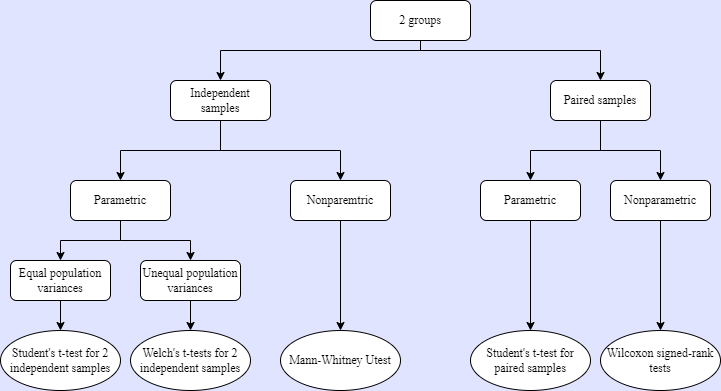
The draw.io diagram Figure 4.drawio.png in Ochoka/Data, before a commit. Source tidied: cells renumbered, new cells last; positions are measured from the earlier drawing's top-left corner, leaving out a move shared by most shapes.
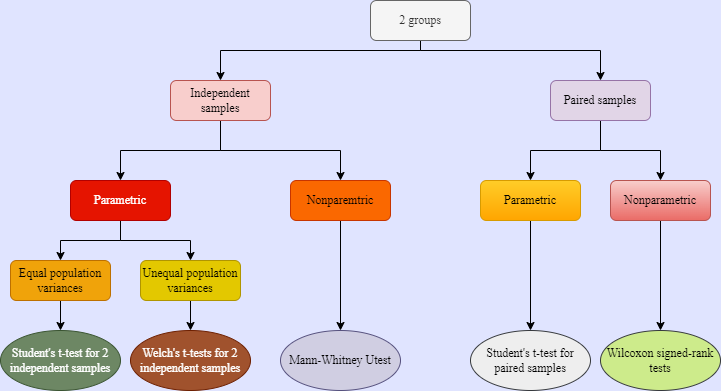
The same file after the commit.

Diff of the diagram source:
```diff
@@ -2,31 +2,31 @@
   <root>
     <mxCell id="0" />
     <mxCell id="1" parent="0" />
-    <mxCell id="2" value="&lt;font face=&quot;Times New Roman&quot;&gt;Student's t-test for 2 independent samples&lt;/font&gt;" style="ellipse;whiteSpace=wrap;html=1;" parent="1" vertex="1">
+    <mxCell id="2" value="&lt;font face=&quot;Times New Roman&quot;&gt;Student's t-test for 2 independent samples&lt;/font&gt;" style="ellipse;whiteSpace=wrap;html=1;fillColor=#6d8764;fontColor=#ffffff;strokeColor=#3A5431;" parent="1" vertex="1">
       <mxGeometry y="330" width="120" height="60" as="geometry" />
     </mxCell>
-    <mxCell id="3" value="&lt;font face=&quot;Times New Roman&quot;&gt;Welch's t-tests for 2 independent samples&lt;/font&gt;" style="ellipse;whiteSpace=wrap;html=1;" parent="1" vertex="1">
+    <mxCell id="3" value="&lt;font face=&quot;Times New Roman&quot;&gt;Welch's t-tests for 2 independent samples&lt;/font&gt;" style="ellipse;whiteSpace=wrap;html=1;fillColor=#a0522d;fontColor=#ffffff;strokeColor=#6D1F00;" parent="1" vertex="1">
       <mxGeometry x="130" y="330" width="120" height="60" as="geometry" />
     </mxCell>
-    <mxCell id="4" value="&lt;font face=&quot;Times New Roman&quot;&gt;Mann-Whitney Utest&lt;/font&gt;" style="ellipse;whiteSpace=wrap;html=1;" parent="1" vertex="1">
+    <mxCell id="4" value="&lt;font face=&quot;Times New Roman&quot;&gt;Mann-Whitney Utest&lt;/font&gt;" style="ellipse;whiteSpace=wrap;html=1;fillColor=#d0cee2;strokeColor=#56517e;" parent="1" vertex="1">
       <mxGeometry x="280" y="330" width="120" height="60" as="geometry" />
     </mxCell>
-    <mxCell id="5" value="&lt;font face=&quot;Times New Roman&quot;&gt;Student's t-test for paired samples&lt;/font&gt;" style="ellipse;whiteSpace=wrap;html=1;" parent="1" vertex="1">
+    <mxCell id="5" value="&lt;font face=&quot;Times New Roman&quot;&gt;Student's t-test for paired samples&lt;/font&gt;" style="ellipse;whiteSpace=wrap;html=1;fillColor=#eeeeee;strokeColor=#36393d;" parent="1" vertex="1">
       <mxGeometry x="470" y="330" width="120" height="60" as="geometry" />
     </mxCell>
-    <mxCell id="6" value="&lt;font face=&quot;Times New Roman&quot;&gt;Wilcoxon signed-rank tests&lt;/font&gt;" style="ellipse;whiteSpace=wrap;html=1;" parent="1" vertex="1">
+    <mxCell id="6" value="&lt;font face=&quot;Times New Roman&quot;&gt;Wilcoxon signed-rank tests&lt;/font&gt;" style="ellipse;whiteSpace=wrap;html=1;fillColor=#cdeb8b;strokeColor=#36393d;" parent="1" vertex="1">
       <mxGeometry x="600" y="330" width="120" height="60" as="geometry" />
     </mxCell>
     <mxCell id="7" style="edgeStyle=orthogonalEdgeStyle;rounded=0;jettySize=auto;html=1;entryX=0.5;entryY=0;entryDx=0;entryDy=0;" parent="1" edge="1" source="8" target="2">
       <mxGeometry relative="1" as="geometry" />
     </mxCell>
-    <mxCell id="8" value="&lt;font face=&quot;Times New Roman&quot;&gt;Equal population variances&lt;/font&gt;" style="rounded=1;whiteSpace=wrap;html=1;" parent="1" vertex="1">
+    <mxCell id="8" value="&lt;font face=&quot;Times New Roman&quot;&gt;Equal population variances&lt;/font&gt;" style="rounded=1;whiteSpace=wrap;html=1;fillColor=#f0a30a;fontColor=#000000;strokeColor=#BD7000;" parent="1" vertex="1">
       <mxGeometry x="10" y="260" width="100" height="40" as="geometry" />
     </mxCell>
     <mxCell id="9" style="edgeStyle=orthogonalEdgeStyle;rounded=0;jettySize=auto;html=1;entryX=0.5;entryY=0;entryDx=0;entryDy=0;" parent="1" edge="1" source="10" target="3">
       <mxGeometry relative="1" as="geometry" />
     </mxCell>
-    <mxCell id="10" value="&lt;font face=&quot;Times New Roman&quot;&gt;Unequal population variances&lt;/font&gt;" style="rounded=1;whiteSpace=wrap;html=1;" parent="1" vertex="1">
+    <mxCell id="10" value="&lt;font face=&quot;Times New Roman&quot;&gt;Unequal population variances&lt;/font&gt;" style="rounded=1;whiteSpace=wrap;html=1;fillColor=#e3c800;fontColor=#000000;strokeColor=#B09500;" parent="1" vertex="1">
       <mxGeometry x="140" y="260" width="100" height="40" as="geometry" />
     </mxCell>
     <mxCell id="11" style="edgeStyle=orthogonalEdgeStyle;rounded=0;jettySize=auto;html=1;entryX=0.5;entryY=0;entryDx=0;entryDy=0;" parent="1" edge="1" source="13" target="8">
@@ -35,25 +35,25 @@
     <mxCell id="12" style="edgeStyle=orthogonalEdgeStyle;rounded=0;jettySize=auto;html=1;" parent="1" edge="1" source="13" target="10">
       <mxGeometry relative="1" as="geometry" />
     </mxCell>
-    <mxCell id="13" value="&lt;font face=&quot;Times New Roman&quot;&gt;Parametric&lt;/font&gt;" style="rounded=1;whiteSpace=wrap;html=1;" parent="1" vertex="1">
+    <mxCell id="13" value="&lt;font face=&quot;Times New Roman&quot;&gt;Parametric&lt;/font&gt;" style="rounded=1;whiteSpace=wrap;html=1;fillColor=#e51400;fontColor=#ffffff;strokeColor=#B20000;" parent="1" vertex="1">
       <mxGeometry x="70" y="180" width="100" height="40" as="geometry" />
     </mxCell>
     <mxCell id="14" style="edgeStyle=orthogonalEdgeStyle;rounded=0;jettySize=auto;html=1;" parent="1" edge="1" source="15" target="4">
       <mxGeometry relative="1" as="geometry" />
     </mxCell>
-    <mxCell id="15" value="&lt;font face=&quot;Times New Roman&quot;&gt;Nonparemtric&lt;/font&gt;" style="rounded=1;whiteSpace=wrap;html=1;" parent="1" vertex="1">
+    <mxCell id="15" value="&lt;font face=&quot;Times New Roman&quot;&gt;Nonparemtric&lt;/font&gt;" style="rounded=1;whiteSpace=wrap;html=1;fillColor=#fa6800;fontColor=#000000;strokeColor=#C73500;" parent="1" vertex="1">
       <mxGeometry x="290" y="180" width="100" height="40" as="geometry" />
     </mxCell>
     <mxCell id="16" style="edgeStyle=orthogonalEdgeStyle;rounded=0;jettySize=auto;html=1;exitX=0.5;exitY=1;exitDx=0;exitDy=0;entryX=0.5;entryY=0;entryDx=0;entryDy=0;" parent="1" edge="1" source="17" target="5">
       <mxGeometry relative="1" as="geometry" />
     </mxCell>
-    <mxCell id="17" value="&lt;font face=&quot;Times New Roman&quot;&gt;Parametric&lt;/font&gt;" style="rounded=1;whiteSpace=wrap;html=1;" parent="1" vertex="1">
+    <mxCell id="17" value="&lt;font face=&quot;Times New Roman&quot;&gt;Parametric&lt;/font&gt;" style="rounded=1;whiteSpace=wrap;html=1;fillColor=#ffcd28;gradientColor=#ffa500;strokeColor=#d79b00;" parent="1" vertex="1">
       <mxGeometry x="480" y="180" width="100" height="40" as="geometry" />
     </mxCell>
     <mxCell id="18" style="edgeStyle=orthogonalEdgeStyle;rounded=0;jettySize=auto;html=1;entryX=0.5;entryY=0;entryDx=0;entryDy=0;" parent="1" edge="1" source="19" target="6">
       <mxGeometry relative="1" as="geometry" />
     </mxCell>
-    <mxCell id="19" value="&lt;font face=&quot;Times New Roman&quot;&gt;Nonparametric&lt;/font&gt;" style="rounded=1;whiteSpace=wrap;html=1;" parent="1" vertex="1">
+    <mxCell id="19" value="&lt;font face=&quot;Times New Roman&quot;&gt;Nonparametric&lt;/font&gt;" style="rounded=1;whiteSpace=wrap;html=1;fillColor=#f8cecc;gradientColor=#ea6b66;strokeColor=#b85450;" parent="1" vertex="1">
       <mxGeometry x="610" y="180" width="100" height="40" as="geometry" />
     </mxCell>
     <mxCell id="20" style="edgeStyle=orthogonalEdgeStyle;rounded=0;jettySize=auto;html=1;" parent="1" edge="1" source="22" target="13">
@@ -67,7 +67,7 @@
         </Array>
       </mxGeometry>
     </mxCell>
-    <mxCell id="22" value="&lt;font face=&quot;Times New Roman&quot;&gt;Independent samples&lt;/font&gt;" style="rounded=1;whiteSpace=wrap;html=1;" parent="1" vertex="1">
+    <mxCell id="22" value="&lt;font face=&quot;Times New Roman&quot;&gt;Independent samples&lt;/font&gt;" style="rounded=1;whiteSpace=wrap;html=1;fillColor=#f8cecc;strokeColor=#b85450;" parent="1" vertex="1">
       <mxGeometry x="170" y="80" width="100" height="40" as="geometry" />
     </mxCell>
     <mxCell id="23" style="edgeStyle=orthogonalEdgeStyle;rounded=0;jettySize=auto;html=1;exitX=0.5;exitY=1;exitDx=0;exitDy=0;entryX=0.5;entryY=0;entryDx=0;entryDy=0;" parent="1" edge="1" source="25" target="17">
@@ -76,7 +76,7 @@
     <mxCell id="24" style="edgeStyle=orthogonalEdgeStyle;rounded=0;jettySize=auto;html=1;entryX=0.5;entryY=0;entryDx=0;entryDy=0;" parent="1" edge="1" source="25" target="19">
       <mxGeometry relative="1" as="geometry" />
     </mxCell>
-    <mxCell id="25" value="&lt;font face=&quot;Times New Roman&quot;&gt;Paired samples&lt;/font&gt;" style="rounded=1;whiteSpace=wrap;html=1;" parent="1" vertex="1">
+    <mxCell id="25" value="&lt;font face=&quot;Times New Roman&quot;&gt;Paired samples&lt;/font&gt;" style="rounded=1;whiteSpace=wrap;html=1;fillColor=#e1d5e7;strokeColor=#9673a6;" parent="1" vertex="1">
       <mxGeometry x="550" y="80" width="100" height="40" as="geometry" />
     </mxCell>
     <mxCell id="26" style="edgeStyle=orthogonalEdgeStyle;rounded=0;jettySize=auto;html=1;entryX=0.5;entryY=0;entryDx=0;entryDy=0;" parent="1" edge="1" source="28" target="22">
@@ -95,7 +95,7 @@
         </Array>
       </mxGeometry>
     </mxCell>
-    <mxCell id="28" value="&lt;font face=&quot;Times New Roman&quot;&gt;2 groups&lt;/font&gt;" style="rounded=1;whiteSpace=wrap;html=1;" parent="1" vertex="1">
+    <mxCell id="28" value="&lt;font face=&quot;Times New Roman&quot;&gt;2 groups&lt;/font&gt;" style="rounded=1;whiteSpace=wrap;html=1;fillColor=#f5f5f5;fontColor=#333333;strokeColor=#666666;" parent="1" vertex="1">
       <mxGeometry x="370" width="100" height="40" as="geometry" />
     </mxCell>
   </root>
```
